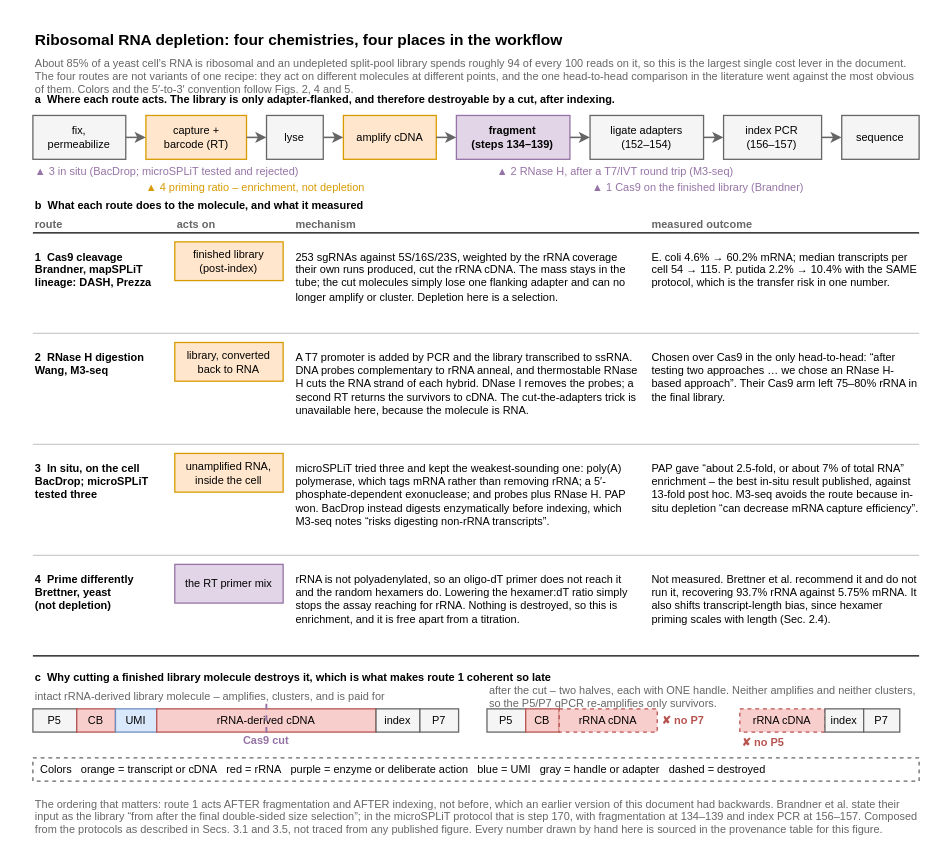
The draw.io diagram notes/assets/drawio/rrna-depletion-options.drawio in Mjvolk3/torchcell, before the edit. Source tidied: cells renumbered, new cells numbered last; positions are measured from the earlier drawing's top-left corner, leaving out a move shared by most shapes. Both pictures are drawn from the tidied source at 129%, with x=0, y=0 at pixel (32, 22).
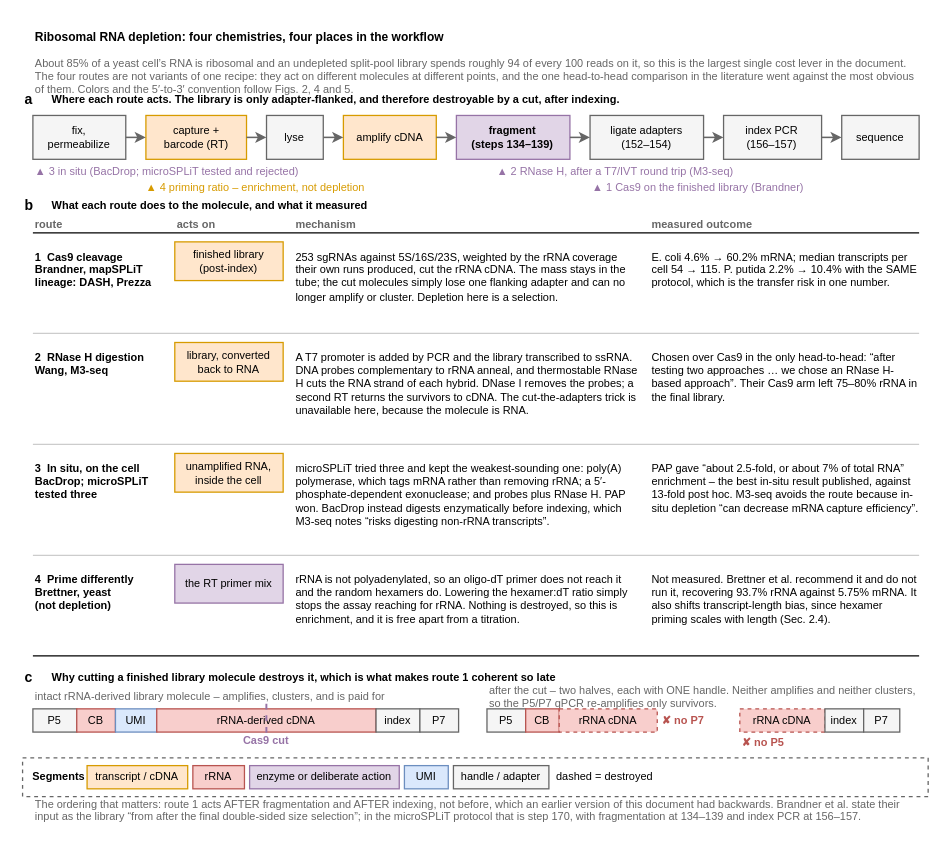
Above is the later version.

The edit, as a diff of the source:
```diff
@@
-    <mxCell id="2" value="Ribosomal RNA depletion: four chemistries, four places in the workflow" style="text;html=1;whiteSpace=wrap;align=left;verticalAlign=top;fontFamily=Arial;fontSize=12;fontStyle=1;" parent="1" vertex="1">
+    <mxCell id="2" value="Ribosomal RNA depletion: four chemistries, four places in the workflow" style="text;html=1;whiteSpace=wrap;align=left;verticalAlign=top;fontFamily=Arial;fontSize=9.3;fontStyle=1;" parent="1" vertex="1">
       <mxGeometry width="687" height="18" as="geometry" />
     </mxCell>
@@
+    <mxCell id="71" value="a" style="text;html=1;whiteSpace=wrap;align=left;verticalAlign=middle;fontFamily=Arial;fontSize=10.9;fontStyle=1;" parent="1" vertex="1">
+      <mxGeometry x="-8" y="54" width="10" height="12" as="geometry" />
+    </mxCell>
-    <mxCell id="4" value="a  Where each route acts. The library is only adapter-flanked, and therefore destroyable by a cut, after indexing." style="text;html=1;whiteSpace=wrap;align=left;verticalAlign=middle;fontFamily=Arial;fontSize=8.5;fontStyle=1;" parent="1" vertex="1">
-      <mxGeometry y="54" width="687" height="12" as="geometry" />
+    <mxCell id="4" value="Where each route acts. The library is only adapter-flanked, and therefore destroyable by a cut, after indexing." style="text;html=1;whiteSpace=wrap;align=left;verticalAlign=middle;fontFamily=Arial;fontSize=8.5;fontStyle=1;" parent="1" vertex="1">
+      <mxGeometry x="13" y="54" width="674" height="12" as="geometry" />
     </mxCell>
@@
+    <mxCell id="72" value="b" style="text;html=1;whiteSpace=wrap;align=left;verticalAlign=middle;fontFamily=Arial;fontSize=10.9;fontStyle=1;" parent="1" vertex="1">
+      <mxGeometry x="-8" y="136" width="10" height="12" as="geometry" />
+    </mxCell>
-    <mxCell id="24" value="b  What each route does to the molecule, and what it measured" style="text;html=1;whiteSpace=wrap;align=left;verticalAlign=middle;fontFamily=Arial;fontSize=8.5;fontStyle=1;" parent="1" vertex="1">
-      <mxGeometry y="136" width="687" height="12" as="geometry" />
+    <mxCell id="24" value="What each route does to the molecule, and what it measured" style="text;html=1;whiteSpace=wrap;align=left;verticalAlign=middle;fontFamily=Arial;fontSize=8.5;fontStyle=1;" parent="1" vertex="1">
+      <mxGeometry x="13" y="136" width="674" height="12" as="geometry" />
     </mxCell>
@@
+    <mxCell id="73" value="c" style="text;html=1;whiteSpace=wrap;align=left;verticalAlign=middle;fontFamily=Arial;fontSize=10.9;fontStyle=1;" parent="1" vertex="1">
+      <mxGeometry x="-8" y="502" width="10" height="12" as="geometry" />
+    </mxCell>
-    <mxCell id="50" value="c  Why cutting a finished library molecule destroys it, which is what makes route 1 coherent so late" style="text;html=1;whiteSpace=wrap;align=left;verticalAlign=middle;fontFamily=Arial;fontSize=8.5;fontStyle=1;" parent="1" vertex="1">
-      <mxGeometry y="502" width="687" height="12" as="geometry" />
+    <mxCell id="50" value="Why cutting a finished library molecule destroys it, which is what makes route 1 coherent so late" style="text;html=1;whiteSpace=wrap;align=left;verticalAlign=middle;fontFamily=Arial;fontSize=8.5;fontStyle=1;" parent="1" vertex="1">
+      <mxGeometry x="13" y="502" width="674" height="12" as="geometry" />
     </mxCell>
@@
-    <mxCell id="69" value="Colors   orange = transcript or cDNA   red = rRNA   purple = enzyme or deliberate action   blue = UMI   gray = handle or adapter   dashed = destroyed" style="rounded=0;whiteSpace=wrap;html=1;fillColor=none;strokeColor=#666666;dashed=1;fontFamily=Arial;fontSize=8.5;align=left;verticalAlign=middle;spacingLeft=4;" parent="1" vertex="1">
-      <mxGeometry y="570" width="687" height="18" as="geometry" />
-    </mxCell>
+    <mxCell id="74" style="rounded=0;whiteSpace=wrap;html=1;fillColor=none;strokeColor=#666666;dashed=1;" parent="1" vertex="1">
+      <mxGeometry x="-8" y="570" width="702" height="30" as="geometry" />
+    </mxCell>
+    <mxCell id="75" value="Segments" style="text;html=1;whiteSpace=wrap;align=left;verticalAlign=middle;fontFamily=Arial;fontSize=8.5;fontStyle=1;" parent="1" vertex="1">
+      <mxGeometry x="-2" y="576" width="40" height="18" as="geometry" />
+    </mxCell>
+    <mxCell id="76" value="transcript / cDNA" style="rounded=0;whiteSpace=wrap;html=1;fillColor=#FFE6CC;strokeColor=#D79B00;fontFamily=Arial;fontSize=8.5;" parent="1" vertex="1">
+      <mxGeometry x="42" y="576" width="78" height="18" as="geometry" />
+    </mxCell>
+    <mxCell id="77" value="rRNA" style="rounded=0;whiteSpace=wrap;html=1;fillColor=#F8CECC;strokeColor=#B85450;fontFamily=Arial;fontSize=8.5;" parent="1" vertex="1">
+      <mxGeometry x="124" y="576" width="40" height="18" as="geometry" />
+    </mxCell>
+    <mxCell id="78" value="enzyme or deliberate action" style="rounded=0;whiteSpace=wrap;html=1;fillColor=#E1D5E7;strokeColor=#9673A6;fontFamily=Arial;fontSize=8.5;" parent="1" vertex="1">
+      <mxGeometry x="168" y="576" width="116" height="18" as="geometry" />
+    </mxCell>
+    <mxCell id="79" value="UMI" style="rounded=0;whiteSpace=wrap;html=1;fillColor=#DAE8FC;strokeColor=#6C8EBF;fontFamily=Arial;fontSize=8.5;" parent="1" vertex="1">
+      <mxGeometry x="288" y="576" width="34" height="18" as="geometry" />
+    </mxCell>
+    <mxCell id="80" value="handle / adapter" style="rounded=0;whiteSpace=wrap;html=1;fillColor=#F5F5F5;strokeColor=#666666;fontFamily=Arial;fontSize=8.5;" parent="1" vertex="1">
+      <mxGeometry x="326" y="576" width="74" height="18" as="geometry" />
+    </mxCell>
+    <mxCell id="81" value="dashed = destroyed" style="text;html=1;whiteSpace=wrap;align=left;verticalAlign=middle;fontFamily=Arial;fontSize=8.5;" parent="1" vertex="1">
+      <mxGeometry x="404" y="576" width="100" height="18" as="geometry" />
+    </mxCell>
-    <mxCell id="70" value="The ordering that matters: route 1 acts AFTER fragmentation and AFTER indexing, not before, which an earlier version of this document had backwards. Brandner et al. state their input as the library “from after the final double-sided size selection”; in the microSPLiT protocol that is step 170, with fragmentation at 134–139 and index PCR at 156–157. Composed from the protocols as described in Secs. 3.1 and 3.5, not traced from any published figure. Every number drawn by hand here is sourced in the provenance table for this figure." style="text;html=1;whiteSpace=wrap;align=left;verticalAlign=top;fontFamily=Arial;fontSize=8.5;fontColor=#666666;" parent="1" vertex="1">
+    <mxCell id="70" value="The ordering that matters: route 1 acts AFTER fragmentation and AFTER indexing, not before, which an earlier version of this document had backwards. Brandner et al. state their input as the library “from after the final double-sided size selection”; in the microSPLiT protocol that is step 170, with fragmentation at 134–139 and index PCR at 156–157." style="text;html=1;whiteSpace=wrap;align=left;verticalAlign=top;fontFamily=Arial;fontSize=8.5;fontColor=#666666;" parent="1" vertex="1">
       <mxGeometry y="594" width="687" height="44" as="geometry" />
     </mxCell>
```
